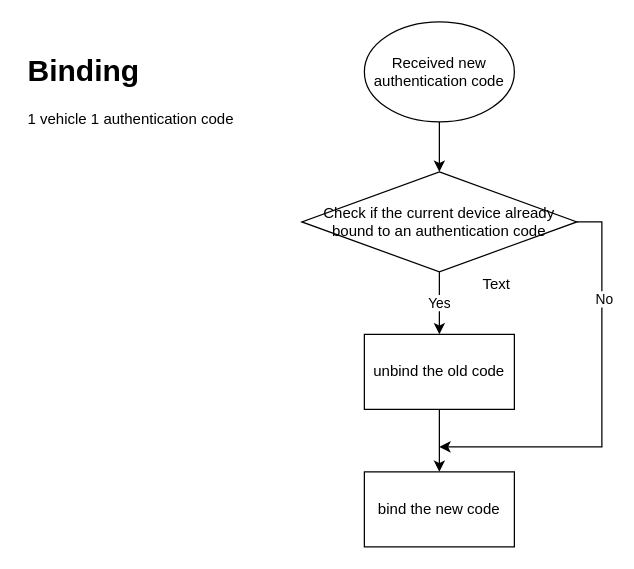
ButcherOfBlaviken/Drive keeps this draw.io diagram as Untitled Diagram.drawio. Above is the earlier version. Source tidied: cells renumbered, new cells numbered last; positions are measured from the earlier drawing's top-left corner, leaving out a move shared by most shapes. Both pictures are drawn from the tidied source at 125%, with x=0, y=0 at pixel (21, 21).
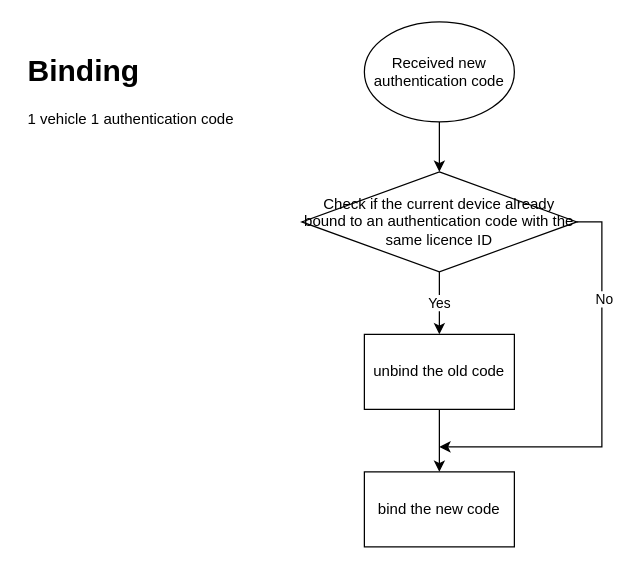
After the change.

The edit, as a diff of the source:
```diff
@@
 <mxGraphModel>
   <root>
     <mxCell id="0" />
     <mxCell id="1" parent="0" />
     <mxCell id="2" style="edgeStyle=orthogonalEdgeStyle;rounded=0;jettySize=auto;html=1;entryX=0.5;entryY=0;entryDx=0;entryDy=0;" parent="1" edge="1" source="3" target="7">
       <mxGeometry relative="1" as="geometry" />
     </mxCell>
     <mxCell id="3" value="Received new authentication code" style="ellipse;whiteSpace=wrap;html=1;" parent="1" vertex="1">
       <mxGeometry x="274" width="120" height="80" as="geometry" />
     </mxCell>
     <mxCell id="4" value="Yes" style="edgeStyle=orthogonalEdgeStyle;rounded=0;jettySize=auto;html=1;entryX=0.5;entryY=0;entryDx=0;entryDy=0;" parent="1" edge="1" source="7" target="9">
       <mxGeometry relative="1" as="geometry" />
     </mxCell>
     <mxCell id="5" style="edgeStyle=orthogonalEdgeStyle;rounded=0;jettySize=auto;html=1;exitX=1;exitY=0.5;exitDx=0;exitDy=0;" parent="1" edge="1" source="7">
       <mxGeometry relative="1" as="geometry">
         <mxPoint x="334" y="340" as="targetPoint" />
         <Array as="points">
           <mxPoint x="464" y="160" />
           <mxPoint x="464" y="340" />
         </Array>
       </mxGeometry>
     </mxCell>
     <mxCell id="6" value="No" style="edgeLabel;html=1;align=center;verticalAlign=middle;" parent="5" vertex="1">
       <mxGeometry x="-0.51" y="1" relative="1" as="geometry" />
     </mxCell>
-    <mxCell id="7" value="Check if the current device already bound to an authentication code" style="rhombus;whiteSpace=wrap;html=1;" parent="1" vertex="1">
+    <mxCell id="7" value="Check if the current device already bound to an authentication code with the same licence ID" style="rhombus;whiteSpace=wrap;html=1;" parent="1" vertex="1">
       <mxGeometry x="224" y="120" width="220" height="80" as="geometry" />
     </mxCell>
     <mxCell id="8" style="edgeStyle=orthogonalEdgeStyle;rounded=0;jettySize=auto;html=1;exitX=0.5;exitY=1;exitDx=0;exitDy=0;entryX=0.5;entryY=0;entryDx=0;entryDy=0;" parent="1" edge="1" source="9" target="10">
       <mxGeometry relative="1" as="geometry" />
     </mxCell>
     <mxCell id="9" value="unbind the old code" style="rounded=0;whiteSpace=wrap;html=1;" parent="1" vertex="1">
       <mxGeometry x="274" y="250" width="120" height="60" as="geometry" />
     </mxCell>
     <mxCell id="10" value="bind the new code" style="rounded=0;whiteSpace=wrap;html=1;" parent="1" vertex="1">
       <mxGeometry x="274" y="360" width="120" height="60" as="geometry" />
     </mxCell>
-    <mxCell id="11" value="Text" style="text;html=1;strokeColor=none;fillColor=none;align=center;verticalAlign=middle;whiteSpace=wrap;rounded=0;" parent="1" vertex="1">
-      <mxGeometry x="360" y="200" width="40" height="20" as="geometry" />
-    </mxCell>
     <mxCell id="12" value="&lt;h1&gt;Binding&lt;/h1&gt;&lt;p&gt;1 vehicle 1 authentication code&lt;/p&gt;" style="text;html=1;strokeColor=none;fillColor=none;spacing=5;spacingTop=-20;whiteSpace=wrap;overflow=hidden;rounded=0;" parent="1" vertex="1">
       <mxGeometry y="20" width="190" height="80" as="geometry" />
     </mxCell>
   </root>
 </mxGraphModel>
```
